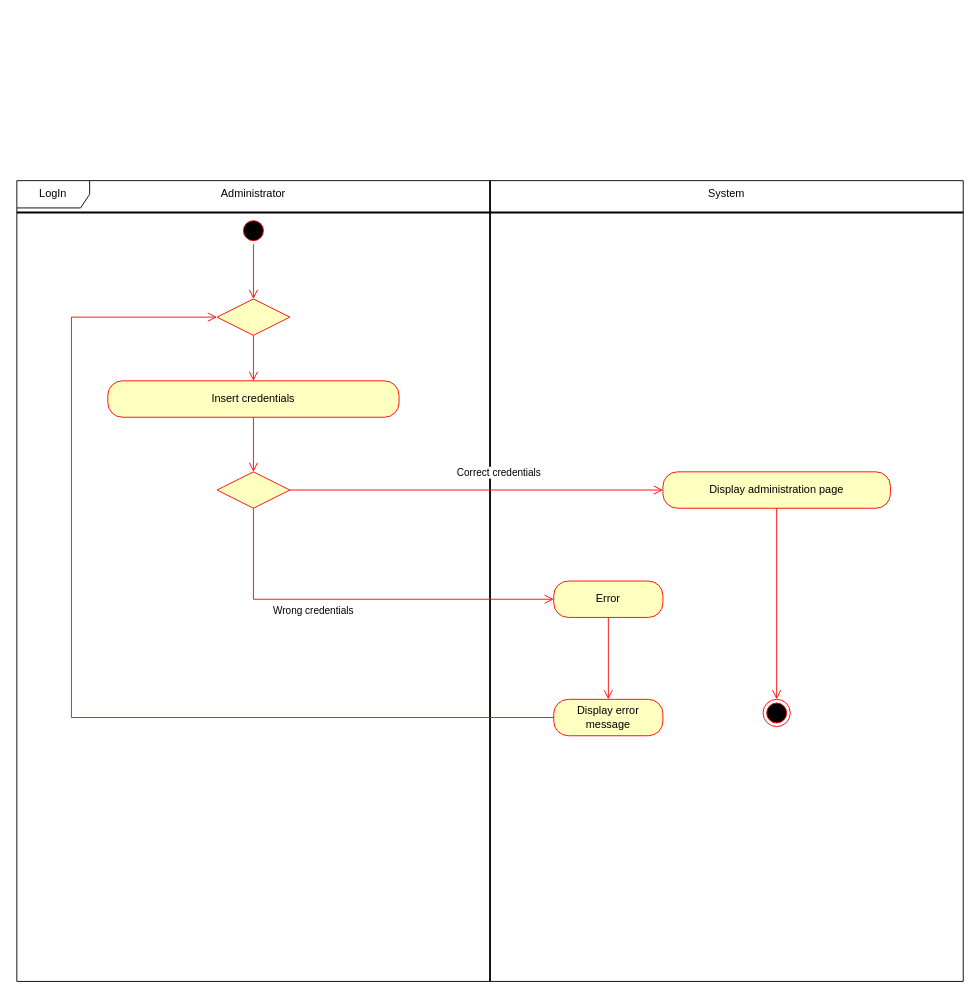
matteovisotto/SE2-CecchettoSirianiVisotto keeps this draw.io diagram as page "LogIn" (1 of 3) of Administrator.drawio. Above is the earlier version. Source tidied: cells renumbered, new cells numbered last; positions are measured from the earlier drawing's top-left corner, leaving out a move shared by most shapes. Both pictures are drawn from the tidied source at 91%, with x=0, y=0 at pixel (16, 180).
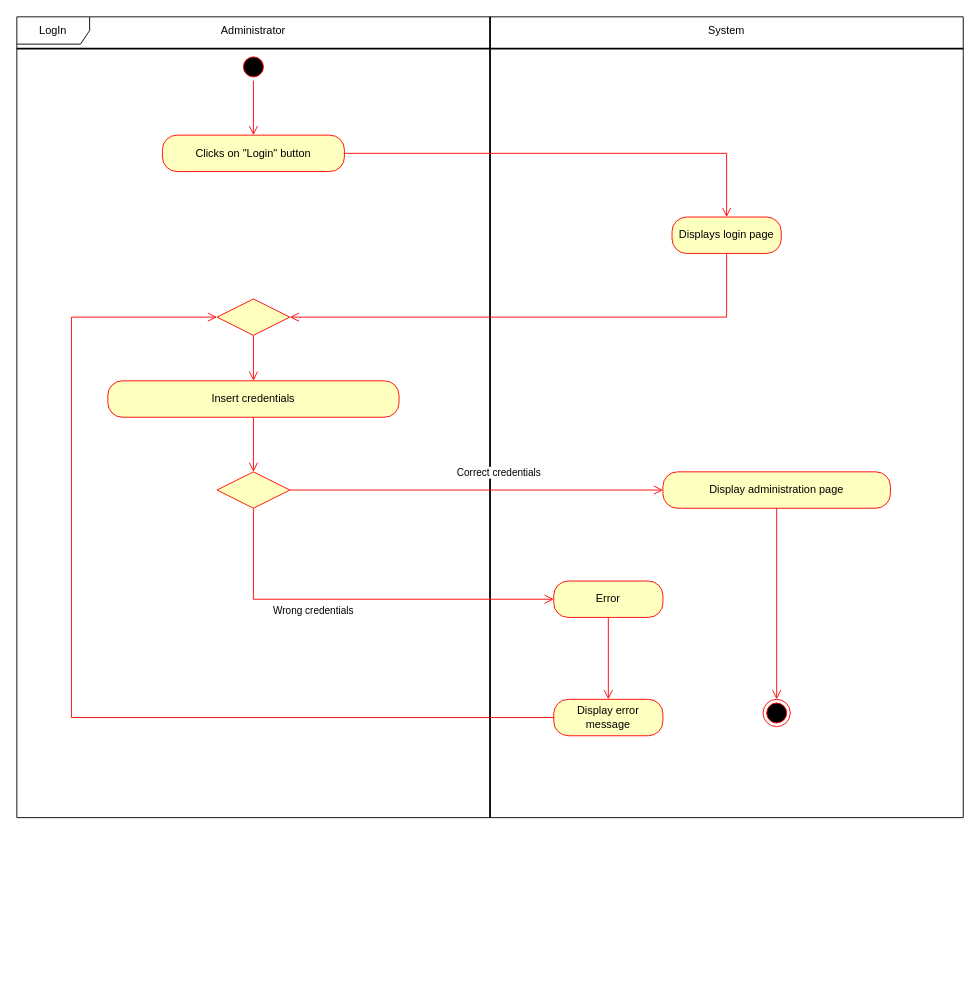
Above is the later version.

The change refers to these unchanged cells:
```xml
<mxCell id="6" style="rhombus;whiteSpace=wrap;html=1;fillColor=#ffffc0;strokeColor=#ff0000;" parent="1" vertex="1">
  <mxGeometry x="220" y="130" width="80" height="40" as="geometry" />
</mxCell>
```

What changed in the source:
```diff
@@
     <mxCell id="2" value="LogIn" style="shape=umlFrame;whiteSpace=wrap;html=1;width=80;height=30;" parent="1" vertex="1">
-      <mxGeometry width="1040" height="880" as="geometry" />
+      <mxGeometry y="-180" width="1040" height="880" as="geometry" />
     </mxCell>
     <mxCell id="3" style="line;strokeWidth=2;direction=south;html=1;" parent="1" vertex="1">
-      <mxGeometry x="515" width="10" height="880" as="geometry" />
+      <mxGeometry x="515" y="-180" width="10" height="880" as="geometry" />
     </mxCell>
     <mxCell id="4" style="ellipse;html=1;shape=startState;fillColor=#000000;strokeColor=#ff0000;" parent="1" vertex="1">
-      <mxGeometry x="245" y="40" width="30" height="30" as="geometry" />
+      <mxGeometry x="245" y="-140" width="30" height="30" as="geometry" />
     </mxCell>
-    <mxCell id="5" style="edgeStyle=orthogonalEdgeStyle;html=1;verticalAlign=bottom;endArrow=open;endSize=8;strokeColor=#ff0000;rounded=0;" parent="1" edge="1" source="4" target="6">
+    <mxCell id="5" style="edgeStyle=orthogonalEdgeStyle;html=1;verticalAlign=bottom;endArrow=open;endSize=8;strokeColor=#ff0000;rounded=0;" parent="1" edge="1" source="4" target="23">
       <mxGeometry relative="1" as="geometry" />
     </mxCell>
@@
     <mxCell id="16" style="line;strokeWidth=2;html=1;" parent="1" vertex="1">
-      <mxGeometry y="30" width="1040" height="10" as="geometry" />
+      <mxGeometry y="-150" width="1040" height="10" as="geometry" />
     </mxCell>
     <mxCell id="17" value="Administrator" style="text;html=1;strokeColor=none;fillColor=none;align=center;verticalAlign=middle;whiteSpace=wrap;rounded=0;" parent="1" vertex="1">
-      <mxGeometry x="200" width="120" height="30" as="geometry" />
+      <mxGeometry x="200" y="-180" width="120" height="30" as="geometry" />
     </mxCell>
     <mxCell id="18" value="System" style="text;html=1;strokeColor=none;fillColor=none;align=center;verticalAlign=middle;whiteSpace=wrap;rounded=0;" parent="1" vertex="1">
-      <mxGeometry x="750" width="60" height="30" as="geometry" />
+      <mxGeometry x="750" y="-180" width="60" height="30" as="geometry" />
     </mxCell>
@@
+    <mxCell id="23" value="Clicks on &quot;Login&quot; button" style="rounded=1;whiteSpace=wrap;html=1;arcSize=40;fontColor=#000000;fillColor=#ffffc0;strokeColor=#ff0000;" parent="1" vertex="1">
+      <mxGeometry x="160" y="-50" width="200" height="40" as="geometry" />
+    </mxCell>
+    <mxCell id="24" style="edgeStyle=orthogonalEdgeStyle;html=1;verticalAlign=bottom;endArrow=open;endSize=8;strokeColor=#ff0000;rounded=0;" parent="1" edge="1" source="23" target="25">
+      <mxGeometry relative="1" as="geometry" />
+    </mxCell>
+    <mxCell id="25" value="Displays login page" style="rounded=1;whiteSpace=wrap;html=1;arcSize=40;fontColor=#000000;fillColor=#ffffc0;strokeColor=#ff0000;" parent="1" vertex="1">
+      <mxGeometry x="720" y="40" width="120" height="40" as="geometry" />
+    </mxCell>
+    <mxCell id="26" style="edgeStyle=orthogonalEdgeStyle;html=1;verticalAlign=bottom;endArrow=open;endSize=8;strokeColor=#ff0000;rounded=0;" parent="1" edge="1" source="25" target="6">
+      <mxGeometry relative="1" as="geometry">
+        <Array as="points">
+          <mxPoint x="780" y="150" />
+        </Array>
+      </mxGeometry>
+    </mxCell>
```
